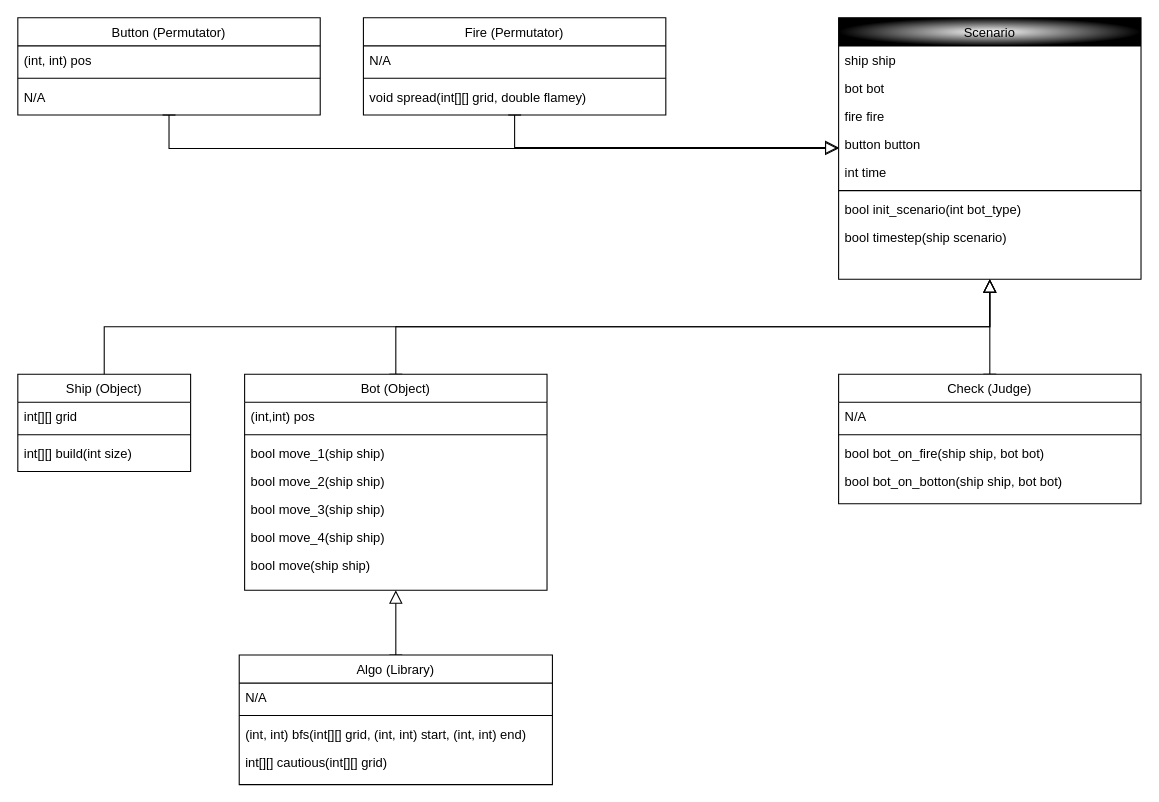
Above: Untitled Diagram.drawio in ddenglts/introai-p1 (draw.io), before the change. Source tidied: cells renumbered, new cells numbered last; positions are measured from the earlier drawing's top-left corner, leaving out a move shared by most shapes. Both pictures are drawn from the tidied source at 108%, with x=0, y=0 at pixel (17, 17).
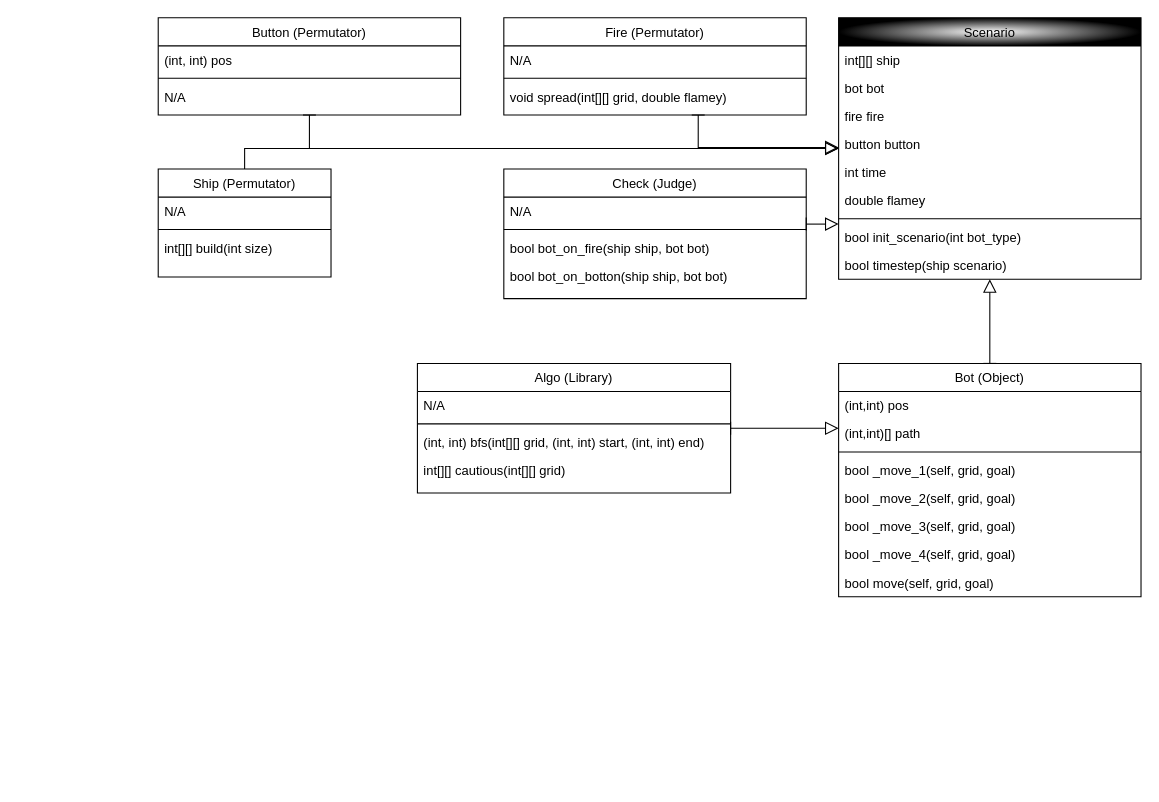
The same page after the edit.

The change refers to these unchanged cells:
```xml
<mxCell id="10" value="Scenario" style="swimlane;fontStyle=0;align=center;verticalAlign=top;horizontal=1;startSize=26;rounded=0;shadow=0;strokeWidth=1;gradientColor=default;swimlaneFillColor=none;fillColor=default;gradientDirection=radial;" parent="1" vertex="1">
  <mxGeometry x="760" width="280" height="242" as="geometry" />
</mxCell>
```

The edit, as a diff of the source:
```diff
@@
-    <mxCell id="2" value="Ship (Object)" style="swimlane;fontStyle=0;align=center;verticalAlign=top;horizontal=1;startSize=26;rounded=0;shadow=0;strokeWidth=1;" parent="1" vertex="1">
-      <mxGeometry y="330" width="160" height="90" as="geometry" />
+    <mxCell id="2" value="Ship (Permutator)" style="swimlane;fontStyle=0;align=center;verticalAlign=top;horizontal=1;startSize=26;rounded=0;shadow=0;strokeWidth=1;" parent="1" vertex="1">
+      <mxGeometry x="130" y="140" width="160" height="100" as="geometry" />
     </mxCell>
-    <mxCell id="3" value="int[][] grid" style="text;align=left;verticalAlign=top;spacingLeft=4;spacingRight=4;overflow=hidden;" parent="2" vertex="1">
+    <mxCell id="3" value="N/A" style="text;align=left;verticalAlign=top;spacingLeft=4;spacingRight=4;overflow=hidden;" parent="2" vertex="1">
       <mxGeometry y="26" width="160" height="26" as="geometry" />
     </mxCell>
@@
-    <mxCell id="11" value="ship ship" style="text;align=left;verticalAlign=top;spacingLeft=4;spacingRight=4;overflow=hidden;" parent="10" vertex="1">
+    <mxCell id="11" value="int[][] ship" style="text;align=left;verticalAlign=top;spacingLeft=4;spacingRight=4;overflow=hidden;" parent="10" vertex="1">
       <mxGeometry y="26" width="280" height="26" as="geometry" />
     </mxCell>
@@
+    <mxCell id="47" value="int time" style="text;align=left;verticalAlign=top;spacingLeft=4;spacingRight=4;overflow=hidden;rounded=0;shadow=0;html=0;" parent="10" vertex="1">
+      <mxGeometry y="130" width="280" height="26" as="geometry" />
+    </mxCell>
-    <mxCell id="15" value="int time" style="text;align=left;verticalAlign=top;spacingLeft=4;spacingRight=4;overflow=hidden;rounded=0;shadow=0;html=0;" parent="10" vertex="1">
-      <mxGeometry y="130" width="280" height="26" as="geometry" />
+    <mxCell id="15" value="double flamey" style="text;align=left;verticalAlign=top;spacingLeft=4;spacingRight=4;overflow=hidden;rounded=0;shadow=0;html=0;" parent="10" vertex="1">
+      <mxGeometry y="156" width="280" height="26" as="geometry" />
     </mxCell>
     <mxCell id="16" style="line;html=1;strokeWidth=1;align=left;verticalAlign=middle;spacingTop=-1;spacingLeft=3;spacingRight=3;labelPosition=right;" parent="10" vertex="1">
-      <mxGeometry y="156" width="280" height="8" as="geometry" />
+      <mxGeometry y="182" width="280" height="8" as="geometry" />
     </mxCell>
     <mxCell id="17" value="bool init_scenario(int bot_type)" style="text;align=left;verticalAlign=top;spacingLeft=4;spacingRight=4;overflow=hidden;" parent="10" vertex="1">
-      <mxGeometry y="164" width="280" height="26" as="geometry" />
+      <mxGeometry y="190" width="280" height="26" as="geometry" />
     </mxCell>
     <mxCell id="18" value="bool timestep(ship scenario)" style="text;align=left;verticalAlign=top;spacingLeft=4;spacingRight=4;overflow=hidden;" parent="10" vertex="1">
-      <mxGeometry y="190" width="280" height="26" as="geometry" />
+      <mxGeometry y="216" width="280" height="26" as="geometry" />
     </mxCell>
     <mxCell id="19" style="endArrow=block;shadow=0;strokeWidth=1;rounded=0;endFill=0;edgeStyle=elbowEdgeStyle;elbow=vertical;startFill=1;endSize=10;" parent="1" edge="1" source="2" target="10">
       <mxGeometry x="0.5" y="41" relative="1" as="geometry">
+        <Array as="points">
+          <mxPoint x="440" y="121" />
+        </Array>
         <mxPoint x="-40" y="32" as="offset" />
       </mxGeometry>
     </mxCell>
     <mxCell id="20" value="Fire (Permutator)" style="swimlane;fontStyle=0;align=center;verticalAlign=top;horizontal=1;startSize=26;rounded=0;shadow=0;strokeWidth=1;" parent="1" vertex="1">
-      <mxGeometry x="320" width="280" height="90" as="geometry" />
+      <mxGeometry x="450" width="280" height="90" as="geometry" />
     </mxCell>
@@
     <mxCell id="25" value="Bot (Object)" style="swimlane;fontStyle=0;align=center;verticalAlign=top;horizontal=1;startSize=26;rounded=0;shadow=0;strokeWidth=1;" parent="1" vertex="1">
-      <mxGeometry x="210" y="330" width="280" height="200" as="geometry" />
+      <mxGeometry x="760" y="320" width="280" height="216" as="geometry" />
     </mxCell>
+    <mxCell id="48" value="(int,int) pos" style="text;align=left;verticalAlign=top;spacingLeft=4;spacingRight=4;overflow=hidden;" parent="25" vertex="1">
+      <mxGeometry y="26" width="280" height="26" as="geometry" />
+    </mxCell>
-    <mxCell id="26" value="(int,int) pos" style="text;align=left;verticalAlign=top;spacingLeft=4;spacingRight=4;overflow=hidden;" parent="25" vertex="1">
-      <mxGeometry y="26" width="280" height="26" as="geometry" />
+    <mxCell id="26" value="(int,int)[] path" style="text;align=left;verticalAlign=top;spacingLeft=4;spacingRight=4;overflow=hidden;" parent="25" vertex="1">
+      <mxGeometry y="52" width="280" height="26" as="geometry" />
     </mxCell>
     <mxCell id="27" style="line;html=1;strokeWidth=1;align=left;verticalAlign=middle;spacingTop=-1;spacingLeft=3;spacingRight=3;labelPosition=right;" parent="25" vertex="1">
-      <mxGeometry y="52" width="280" height="8" as="geometry" />
+      <mxGeometry y="78" width="280" height="8" as="geometry" />
     </mxCell>
-    <mxCell id="28" value="bool move_1(ship ship)" style="text;align=left;verticalAlign=top;spacingLeft=4;spacingRight=4;overflow=hidden;" parent="25" vertex="1">
-      <mxGeometry y="60" width="280" height="26" as="geometry" />
+    <mxCell id="28" value="bool _move_1(self, grid, goal)" style="text;align=left;verticalAlign=top;spacingLeft=4;spacingRight=4;overflow=hidden;" parent="25" vertex="1">
+      <mxGeometry y="86" width="280" height="26" as="geometry" />
     </mxCell>
-    <mxCell id="29" value="bool move_2(ship ship)" style="text;align=left;verticalAlign=top;spacingLeft=4;spacingRight=4;overflow=hidden;" parent="25" vertex="1">
-      <mxGeometry y="86" width="280" height="26" as="geometry" />
+    <mxCell id="29" value="bool _move_2(self, grid, goal)" style="text;align=left;verticalAlign=top;spacingLeft=4;spacingRight=4;overflow=hidden;" parent="25" vertex="1">
+      <mxGeometry y="112" width="280" height="26" as="geometry" />
     </mxCell>
-    <mxCell id="30" value="bool move_3(ship ship)" style="text;align=left;verticalAlign=top;spacingLeft=4;spacingRight=4;overflow=hidden;" parent="25" vertex="1">
-      <mxGeometry y="112" width="280" height="26" as="geometry" />
+    <mxCell id="30" value="bool _move_3(self, grid, goal)" style="text;align=left;verticalAlign=top;spacingLeft=4;spacingRight=4;overflow=hidden;" parent="25" vertex="1">
+      <mxGeometry y="138" width="280" height="26" as="geometry" />
     </mxCell>
-    <mxCell id="31" value="bool move_4(ship ship)" style="text;align=left;verticalAlign=top;spacingLeft=4;spacingRight=4;overflow=hidden;" parent="25" vertex="1">
-      <mxGeometry y="138" width="280" height="26" as="geometry" />
+    <mxCell id="31" value="bool _move_4(self, grid, goal)" style="text;align=left;verticalAlign=top;spacingLeft=4;spacingRight=4;overflow=hidden;" parent="25" vertex="1">
+      <mxGeometry y="164" width="280" height="26" as="geometry" />
     </mxCell>
-    <mxCell id="32" value="bool move(ship ship)" style="text;align=left;verticalAlign=top;spacingLeft=4;spacingRight=4;overflow=hidden;" parent="25" vertex="1">
-      <mxGeometry y="164" width="280" height="26" as="geometry" />
+    <mxCell id="32" value="bool move(self, grid, goal)" style="text;align=left;verticalAlign=top;spacingLeft=4;spacingRight=4;overflow=hidden;" parent="25" vertex="1">
+      <mxGeometry y="190" width="280" height="26" as="geometry" />
     </mxCell>
     <mxCell id="33" value="Button (Permutator)" style="swimlane;fontStyle=0;align=center;verticalAlign=top;horizontal=1;startSize=26;rounded=0;shadow=0;strokeWidth=1;" parent="1" vertex="1">
-      <mxGeometry width="280" height="90" as="geometry" />
+      <mxGeometry x="130" width="280" height="90" as="geometry" />
     </mxCell>
@@
     <mxCell id="37" value="Check (Judge)" style="swimlane;fontStyle=0;align=center;verticalAlign=top;horizontal=1;startSize=26;rounded=0;shadow=0;strokeWidth=1;" parent="1" vertex="1">
-      <mxGeometry x="760" y="330" width="280" height="120" as="geometry" />
+      <mxGeometry x="450" y="140" width="280" height="120" as="geometry" />
     </mxCell>
@@
     <mxCell id="42" value="Algo (Library)" style="swimlane;fontStyle=0;align=center;verticalAlign=top;horizontal=1;startSize=26;rounded=0;shadow=0;strokeWidth=1;" parent="1" vertex="1">
-      <mxGeometry x="205" y="590" width="290" height="120" as="geometry" />
+      <mxGeometry x="370" y="320" width="290" height="120" as="geometry" />
     </mxCell>
```
